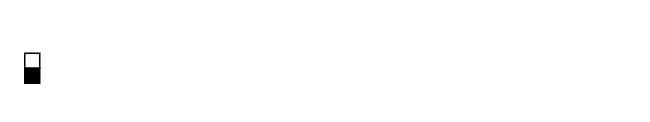
Before: VQC-A01.drawio in BiancaMass/Diagrams, a draw.io diagram. Source tidied: cells renumbered, new cells numbered last; positions are measured from the earlier drawing's top-left corner, leaving out a move shared by most shapes. Both pictures are drawn from the tidied source at 150%, with x=0, y=0 at pixel (24, 52).
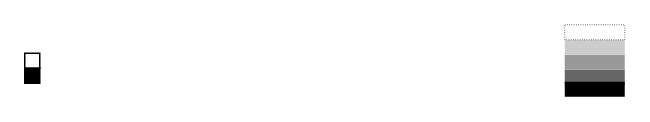
Above is the later version.

What changed in the source:
```diff
@@
 <mxGraphModel>
   <root>
     <mxCell id="0" />
     <mxCell id="1" parent="0" />
     <mxCell id="2" style="whiteSpace=wrap;html=1;" parent="1" vertex="1">
       <mxGeometry width="10" height="10" as="geometry" />
     </mxCell>
     <mxCell id="3" style="whiteSpace=wrap;html=1;fillColor=#000000;" parent="1" vertex="1">
       <mxGeometry y="10" width="10" height="10" as="geometry" />
     </mxCell>
+    <mxCell id="4" style="rounded=0;whiteSpace=wrap;html=1;fillColor=#666666;gradientColor=none;strokeColor=none;" parent="1" vertex="1">
+      <mxGeometry x="360" y="11" width="40" height="10" as="geometry" />
+    </mxCell>
+    <mxCell id="5" style="rounded=0;whiteSpace=wrap;html=1;fillColor=#000000;strokeColor=none;" parent="1" vertex="1">
+      <mxGeometry x="360" y="19" width="40" height="10" as="geometry" />
+    </mxCell>
+    <mxCell id="6" style="rounded=0;whiteSpace=wrap;html=1;fillColor=#999999;strokeColor=none;" parent="1" vertex="1">
+      <mxGeometry x="360" y="1" width="40" height="10" as="geometry" />
+    </mxCell>
+    <mxCell id="7" style="rounded=0;whiteSpace=wrap;html=1;fillColor=#CCCCCC;strokeColor=none;" parent="1" vertex="1">
+      <mxGeometry x="360" y="-9" width="40" height="10" as="geometry" />
+    </mxCell>
+    <mxCell id="8" style="rounded=0;whiteSpace=wrap;html=1;fillColor=#FFFFFF;strokeColor=default;strokeWidth=0.5;dashed=1;dashPattern=1 2;" parent="1" vertex="1">
+      <mxGeometry x="360" y="-19" width="40" height="10" as="geometry" />
+    </mxCell>
   </root>
 </mxGraphModel>
```
